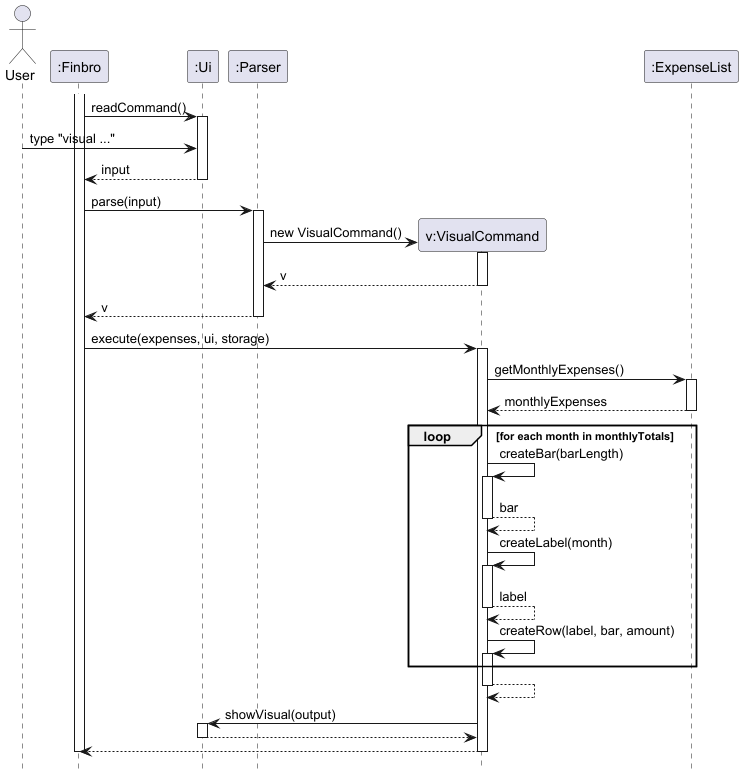
Earlier version of the PlantUML export docs/UML_diagrams/images/VisualCommand.png (zihaoalt/tp). Its diagram source:
```plantuml
@startuml VisualCommand
hide footbox

actor User


participant ":Finbro" as Finbro
participant ":Ui" as Ui
participant ":Parser" as Parser
participant "v:VisualCommand" as VisualCommand
participant ":ExpenseList" as ExpenseList


activate Finbro
Finbro -> Ui ++ : readCommand()
User -> Ui : type "visual ..."
Ui --> Finbro : input
deactivate Ui

Finbro -> Parser : parse(input)
activate Parser

create VisualCommand
Parser -> VisualCommand : new VisualCommand()
activate VisualCommand
VisualCommand --> Parser : v
deactivate VisualCommand

Parser --> Finbro : v
deactivate Parser

Finbro -> VisualCommand : execute(expenses, ui, storage)
activate VisualCommand

VisualCommand -> ExpenseList : getMonthlyExpenses()
activate ExpenseList
ExpenseList --> VisualCommand : monthlyExpenses
deactivate ExpenseList



loop for each month in monthlyTotals
    VisualCommand -> VisualCommand : createBar(barLength)
    activate VisualCommand
    VisualCommand --> VisualCommand : bar
    deactivate VisualCommand

    VisualCommand -> VisualCommand : createLabel(month)
    activate VisualCommand
    VisualCommand --> VisualCommand : label
    deactivate VisualCommand

    VisualCommand -> VisualCommand : createRow(label, bar, amount)
    activate VisualCommand
end

    VisualCommand --> VisualCommand
    deactivate VisualCommand

    VisualCommand -> Ui : showVisual(output)
    activate Ui
    Ui --> VisualCommand
    deactivate Ui

    VisualCommand --> Finbro
    deactivate VisualCommand


deactivate Finbro
@enduml
```
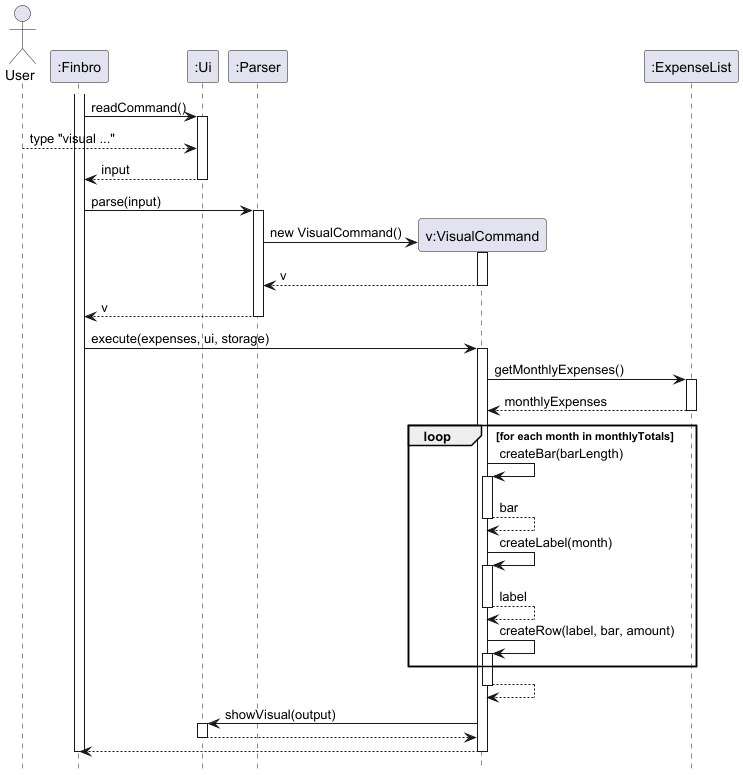
Above is the later version.

Commit message:
Update visual UML

Change to the diagram source:
```diff
@@ -13,7 +13,7 @@
 
 activate Finbro
 Finbro -> Ui ++ : readCommand()
-User -> Ui : type "visual ..."
+User --> Ui : type "visual ..."
 Ui --> Finbro : input
 deactivate Ui
 
```
